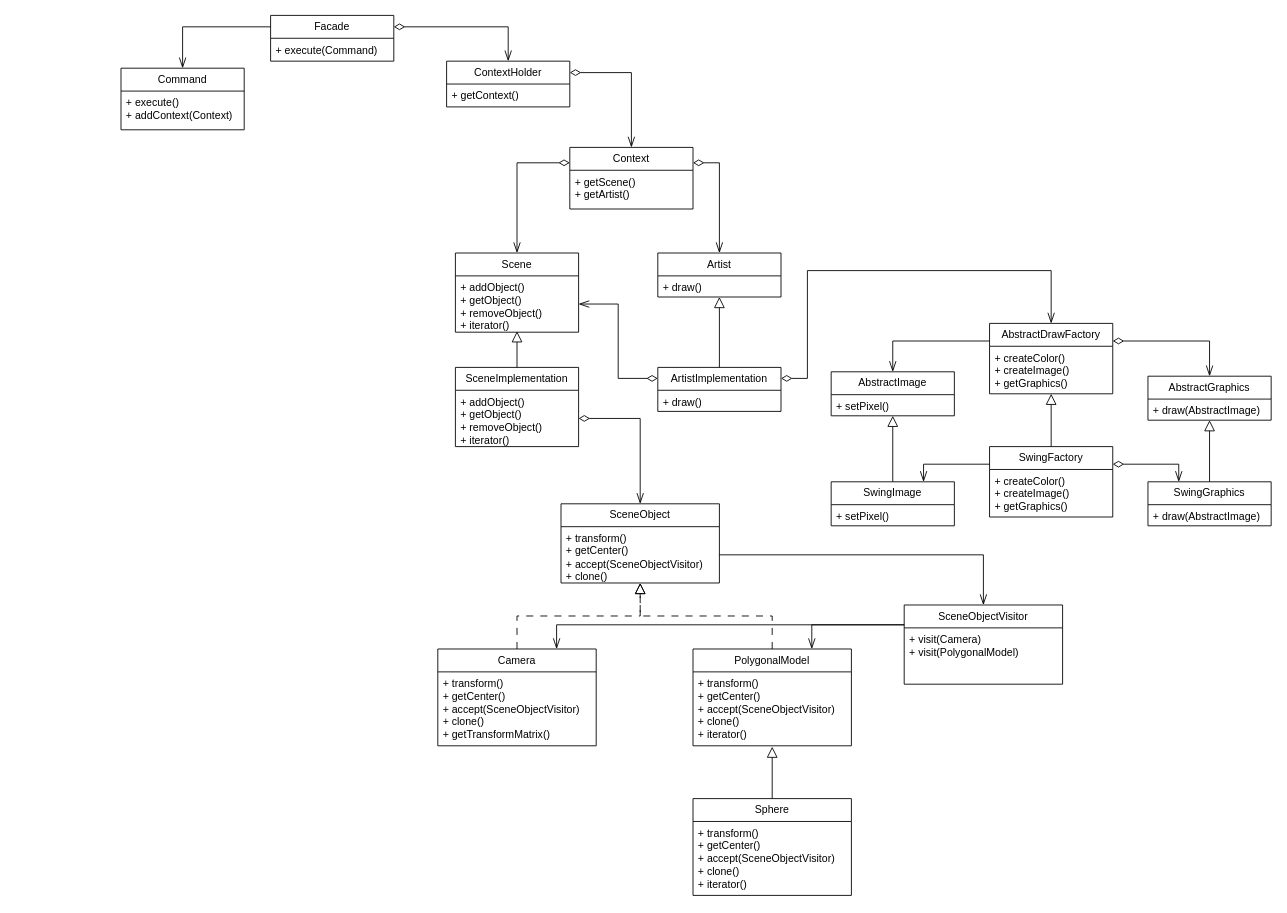
This is uml/diagram.drawio from N1ckBaran0v/cg-coursework, a draw.io file, before an edit. Source tidied: cells renumbered, new cells numbered last; positions are measured from the earlier drawing's top-left corner, leaving out a move shared by most shapes. Both pictures are drawn from the tidied source at 88%, with x=0, y=0 at pixel (121, 15).
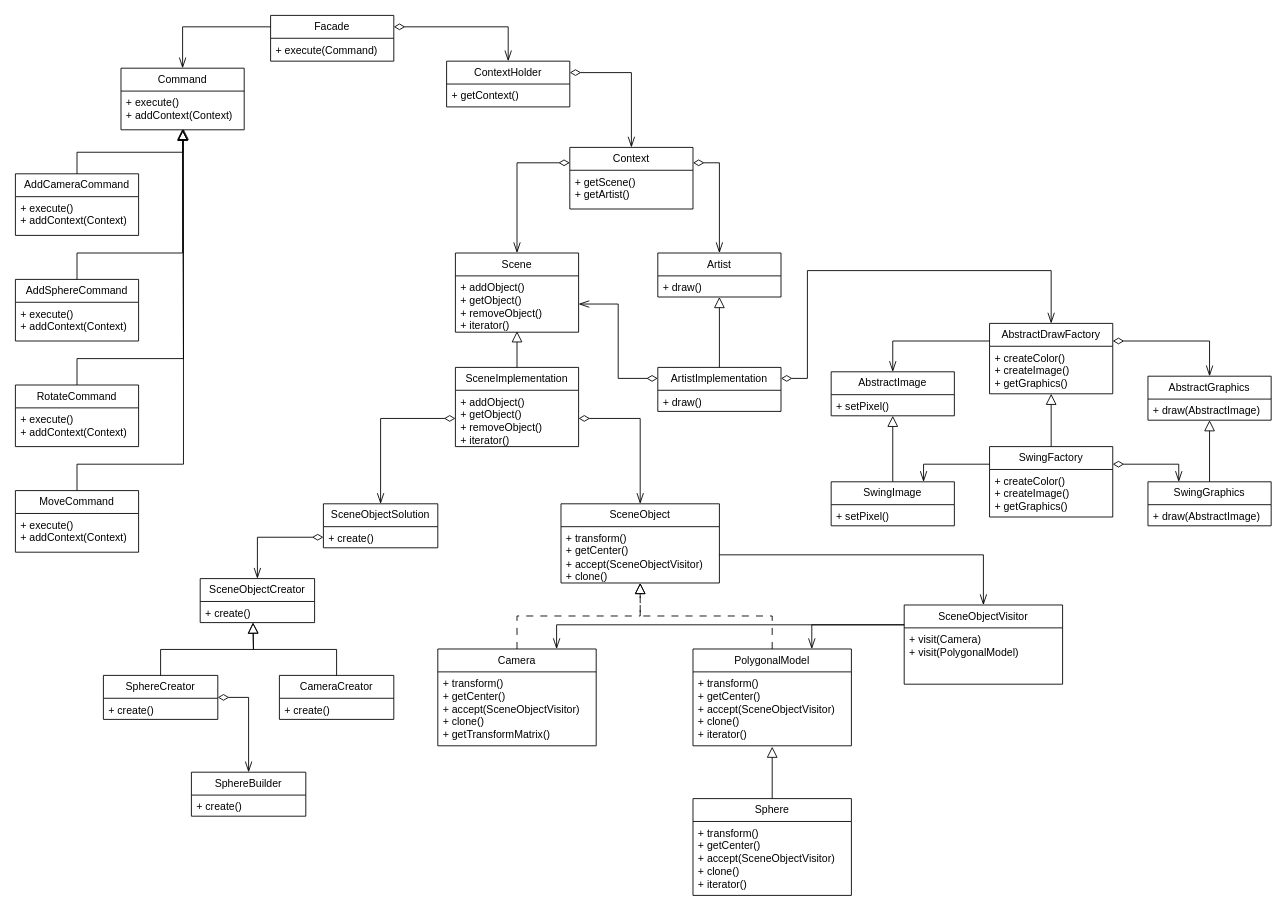
Above is the later version.

Commit message:
test program diagram finished

The change refers to these unchanged cells:
```xml
<mxCell id="7" value="+ execute()&lt;div&gt;+ addContext(Context)&lt;br&gt;&lt;div&gt;&lt;br&gt;&lt;/div&gt;&lt;/div&gt;" style="text;strokeColor=none;fillColor=none;align=left;verticalAlign=top;spacingLeft=4;spacingRight=4;overflow=hidden;points=[[0,0.5],[1,0.5]];portConstraint=eastwest;whiteSpace=wrap;html=1;" parent="6" vertex="1">
  <mxGeometry y="26" width="140" height="44" as="geometry" />
</mxCell>
<mxCell id="32" value="&lt;div&gt;&lt;div&gt;+ addObject()&lt;/div&gt;&lt;/div&gt;&lt;div&gt;+ getObject()&lt;/div&gt;&lt;div&gt;+ removeObject()&lt;/div&gt;&lt;div&gt;+ iterator()&lt;/div&gt;" style="text;strokeColor=none;fillColor=none;align=left;verticalAlign=top;spacingLeft=4;spacingRight=4;overflow=hidden;points=[[0,0.5],[1,0.5]];portConstraint=eastwest;whiteSpace=wrap;html=1;" parent="31" vertex="1">
  <mxGeometry y="26" width="140" height="64" as="geometry" />
</mxCell>
```

Diff of the diagram source:
```diff
@@
+    <mxCell id="63" value="SceneObjectSolution" style="swimlane;fontStyle=0;horizontal=1;startSize=26;fillColor=none;whiteSpace=wrap;html=1;" parent="1" vertex="1">
+      <mxGeometry x="230" y="555" width="130" height="50" as="geometry" />
+    </mxCell>
+    <mxCell id="64" value="&lt;div&gt;&lt;div&gt;+ create()&lt;/div&gt;&lt;/div&gt;" style="text;strokeColor=none;fillColor=none;align=left;verticalAlign=top;spacingLeft=4;spacingRight=4;overflow=hidden;points=[[0,0.5],[1,0.5]];portConstraint=eastwest;whiteSpace=wrap;html=1;" parent="63" vertex="1">
+      <mxGeometry y="26" width="130" height="24" as="geometry" />
+    </mxCell>
+    <mxCell id="65" style="edgeStyle=orthogonalEdgeStyle;shape=connector;rounded=0;jettySize=auto;html=1;exitX=0;exitY=0.5;exitDx=0;exitDy=0;strokeColor=default;align=center;verticalAlign=middle;fontFamily=Helvetica;fontSize=11;fontColor=default;labelBackgroundColor=default;startArrow=diamondThin;startFill=0;startSize=10;endArrow=openThin;endFill=0;endSize=10;" parent="1" edge="1" source="32" target="63">
+      <mxGeometry relative="1" as="geometry" />
+    </mxCell>
+    <mxCell id="66" value="SceneObjectCreator" style="swimlane;fontStyle=0;horizontal=1;startSize=26;fillColor=none;whiteSpace=wrap;html=1;" parent="1" vertex="1">
+      <mxGeometry x="90" y="640" width="130" height="50" as="geometry" />
+    </mxCell>
+    <mxCell id="67" value="&lt;div&gt;&lt;div&gt;+ create()&lt;/div&gt;&lt;/div&gt;" style="text;strokeColor=none;fillColor=none;align=left;verticalAlign=top;spacingLeft=4;spacingRight=4;overflow=hidden;whiteSpace=wrap;html=1;" parent="66" vertex="1">
+      <mxGeometry y="26" width="130" height="24" as="geometry" />
+    </mxCell>
+    <mxCell id="68" style="edgeStyle=orthogonalEdgeStyle;shape=connector;rounded=0;jettySize=auto;html=1;exitX=0;exitY=0.5;exitDx=0;exitDy=0;entryX=0.5;entryY=0;entryDx=0;entryDy=0;strokeColor=default;align=center;verticalAlign=middle;fontFamily=Helvetica;fontSize=11;fontColor=default;labelBackgroundColor=default;startArrow=diamondThin;startFill=0;startSize=10;endArrow=openThin;endFill=0;endSize=10;" parent="1" edge="1" source="64" target="66">
+      <mxGeometry relative="1" as="geometry" />
+    </mxCell>
+    <mxCell id="69" value="CameraCreator" style="swimlane;fontStyle=0;horizontal=1;startSize=26;fillColor=none;whiteSpace=wrap;html=1;" parent="1" vertex="1">
+      <mxGeometry x="180" y="750" width="130" height="50" as="geometry" />
+    </mxCell>
+    <mxCell id="70" value="&lt;div&gt;&lt;div&gt;+ create()&lt;/div&gt;&lt;/div&gt;" style="text;strokeColor=none;fillColor=none;align=left;verticalAlign=top;spacingLeft=4;spacingRight=4;overflow=hidden;whiteSpace=wrap;html=1;" parent="69" vertex="1">
+      <mxGeometry y="26" width="130" height="24" as="geometry" />
+    </mxCell>
+    <mxCell id="71" style="edgeStyle=orthogonalEdgeStyle;shape=connector;rounded=0;jettySize=auto;html=1;exitX=1;exitY=0.5;exitDx=0;exitDy=0;entryX=0.5;entryY=0;entryDx=0;entryDy=0;strokeColor=default;align=center;verticalAlign=middle;fontFamily=Helvetica;fontSize=11;fontColor=default;labelBackgroundColor=default;startArrow=diamondThin;startFill=0;startSize=10;endArrow=openThin;endFill=0;endSize=10;" parent="1" edge="1" source="73" target="75">
+      <mxGeometry relative="1" as="geometry" />
+    </mxCell>
+    <mxCell id="72" style="edgeStyle=orthogonalEdgeStyle;shape=connector;rounded=0;jettySize=auto;html=1;exitX=0.5;exitY=0;exitDx=0;exitDy=0;strokeColor=default;align=center;verticalAlign=middle;fontFamily=Helvetica;fontSize=11;fontColor=default;labelBackgroundColor=default;startArrow=none;startFill=0;startSize=10;endArrow=block;endFill=0;endSize=10;" parent="1" edge="1" source="73">
+      <mxGeometry relative="1" as="geometry">
+        <mxPoint x="150" y="690" as="targetPoint" />
+      </mxGeometry>
+    </mxCell>
+    <mxCell id="73" value="SphereCreator" style="swimlane;fontStyle=0;horizontal=1;startSize=26;fillColor=none;whiteSpace=wrap;html=1;" parent="1" vertex="1">
+      <mxGeometry x="-20" y="750" width="130" height="50" as="geometry" />
+    </mxCell>
+    <mxCell id="74" value="&lt;div&gt;&lt;div&gt;+ create()&lt;/div&gt;&lt;/div&gt;" style="text;strokeColor=none;fillColor=none;align=left;verticalAlign=top;spacingLeft=4;spacingRight=4;overflow=hidden;whiteSpace=wrap;html=1;" parent="73" vertex="1">
+      <mxGeometry y="26" width="130" height="24" as="geometry" />
+    </mxCell>
+    <mxCell id="75" value="SphereBuilder" style="swimlane;fontStyle=0;horizontal=1;startSize=26;fillColor=none;whiteSpace=wrap;html=1;" parent="1" vertex="1">
+      <mxGeometry x="80" y="860" width="130" height="50" as="geometry" />
+    </mxCell>
+    <mxCell id="76" value="&lt;div&gt;&lt;div&gt;+ create()&lt;/div&gt;&lt;/div&gt;" style="text;strokeColor=none;fillColor=none;align=left;verticalAlign=top;spacingLeft=4;spacingRight=4;overflow=hidden;whiteSpace=wrap;html=1;" parent="75" vertex="1">
+      <mxGeometry y="26" width="130" height="24" as="geometry" />
+    </mxCell>
+    <mxCell id="77" style="edgeStyle=orthogonalEdgeStyle;shape=connector;rounded=0;jettySize=auto;html=1;exitX=0.5;exitY=0;exitDx=0;exitDy=0;strokeColor=default;align=center;verticalAlign=middle;fontFamily=Helvetica;fontSize=11;fontColor=default;labelBackgroundColor=default;startArrow=none;startFill=0;startSize=10;endArrow=block;endFill=0;endSize=10;" parent="1" edge="1" source="69">
+      <mxGeometry relative="1" as="geometry">
+        <mxPoint x="150" y="690" as="targetPoint" />
+      </mxGeometry>
+    </mxCell>
+    <mxCell id="78" value="AddCameraCommand" style="swimlane;fontStyle=0;horizontal=1;startSize=26;fillColor=none;whiteSpace=wrap;html=1;" parent="1" vertex="1">
+      <mxGeometry x="-120" y="180" width="140" height="70" as="geometry" />
+    </mxCell>
+    <mxCell id="79" value="+ execute()&lt;div&gt;+ addContext(Context)&lt;br&gt;&lt;div&gt;&lt;br&gt;&lt;/div&gt;&lt;/div&gt;" style="text;strokeColor=none;fillColor=none;align=left;verticalAlign=top;spacingLeft=4;spacingRight=4;overflow=hidden;whiteSpace=wrap;html=1;" parent="78" vertex="1">
+      <mxGeometry y="26" width="140" height="44" as="geometry" />
+    </mxCell>
+    <mxCell id="80" style="edgeStyle=orthogonalEdgeStyle;shape=connector;rounded=0;jettySize=auto;html=1;exitX=0.5;exitY=0;exitDx=0;exitDy=0;strokeColor=default;align=center;verticalAlign=middle;fontFamily=Helvetica;fontSize=11;fontColor=default;labelBackgroundColor=default;startArrow=none;startFill=0;startSize=10;endArrow=block;endFill=0;endSize=10;" parent="1" edge="1" source="81">
+      <mxGeometry relative="1" as="geometry">
+        <mxPoint x="70" y="130" as="targetPoint" />
+        <Array as="points">
+          <mxPoint x="-50" y="390" />
+          <mxPoint x="71" y="390" />
+        </Array>
+      </mxGeometry>
+    </mxCell>
+    <mxCell id="81" value="RotateCommand" style="swimlane;fontStyle=0;horizontal=1;startSize=26;fillColor=none;whiteSpace=wrap;html=1;" parent="1" vertex="1">
+      <mxGeometry x="-120" y="420" width="140" height="70" as="geometry" />
+    </mxCell>
+    <mxCell id="82" value="+ execute()&lt;div&gt;+ addContext(Context)&lt;br&gt;&lt;div&gt;&lt;br&gt;&lt;/div&gt;&lt;/div&gt;" style="text;strokeColor=none;fillColor=none;align=left;verticalAlign=top;spacingLeft=4;spacingRight=4;overflow=hidden;whiteSpace=wrap;html=1;" parent="81" vertex="1">
+      <mxGeometry y="26" width="140" height="44" as="geometry" />
+    </mxCell>
+    <mxCell id="83" value="MoveCommand" style="swimlane;fontStyle=0;horizontal=1;startSize=26;fillColor=none;whiteSpace=wrap;html=1;" parent="1" vertex="1">
+      <mxGeometry x="-120" y="540" width="140" height="70" as="geometry" />
+    </mxCell>
+    <mxCell id="84" value="+ execute()&lt;div&gt;+ addContext(Context)&lt;br&gt;&lt;div&gt;&lt;br&gt;&lt;/div&gt;&lt;/div&gt;" style="text;strokeColor=none;fillColor=none;align=left;verticalAlign=top;spacingLeft=4;spacingRight=4;overflow=hidden;whiteSpace=wrap;html=1;" parent="83" vertex="1">
+      <mxGeometry y="26" width="140" height="44" as="geometry" />
+    </mxCell>
+    <mxCell id="85" value="AddSphereCommand" style="swimlane;fontStyle=0;horizontal=1;startSize=26;fillColor=none;whiteSpace=wrap;html=1;" parent="1" vertex="1">
+      <mxGeometry x="-120" y="300" width="140" height="70" as="geometry" />
+    </mxCell>
+    <mxCell id="86" value="+ execute()&lt;div&gt;+ addContext(Context)&lt;br&gt;&lt;div&gt;&lt;br&gt;&lt;/div&gt;&lt;/div&gt;" style="text;strokeColor=none;fillColor=none;align=left;verticalAlign=top;spacingLeft=4;spacingRight=4;overflow=hidden;whiteSpace=wrap;html=1;" parent="85" vertex="1">
+      <mxGeometry y="26" width="140" height="44" as="geometry" />
+    </mxCell>
+    <mxCell id="87" style="edgeStyle=orthogonalEdgeStyle;shape=connector;rounded=0;jettySize=auto;html=1;exitX=0.5;exitY=0;exitDx=0;exitDy=0;strokeColor=default;align=center;verticalAlign=middle;fontFamily=Helvetica;fontSize=11;fontColor=default;labelBackgroundColor=default;startArrow=none;startFill=0;startSize=10;endArrow=block;endFill=0;endSize=10;" parent="1" edge="1" source="78">
+      <mxGeometry relative="1" as="geometry">
+        <mxPoint x="70" y="130" as="targetPoint" />
+      </mxGeometry>
+    </mxCell>
+    <mxCell id="88" style="edgeStyle=orthogonalEdgeStyle;shape=connector;rounded=0;jettySize=auto;html=1;exitX=0.5;exitY=0;exitDx=0;exitDy=0;entryX=0.5;entryY=0.977;entryDx=0;entryDy=0;entryPerimeter=0;strokeColor=default;align=center;verticalAlign=middle;fontFamily=Helvetica;fontSize=11;fontColor=default;labelBackgroundColor=default;startArrow=none;startFill=0;startSize=10;endArrow=block;endFill=0;endSize=10;" parent="1" edge="1" source="85" target="7">
+      <mxGeometry relative="1" as="geometry">
+        <Array as="points">
+          <mxPoint x="-50" y="270" />
+          <mxPoint x="70" y="270" />
+        </Array>
+      </mxGeometry>
+    </mxCell>
+    <mxCell id="89" style="edgeStyle=orthogonalEdgeStyle;shape=connector;rounded=0;jettySize=auto;html=1;exitX=0.5;exitY=0;exitDx=0;exitDy=0;entryX=0.507;entryY=0.977;entryDx=0;entryDy=0;entryPerimeter=0;strokeColor=default;align=center;verticalAlign=middle;fontFamily=Helvetica;fontSize=11;fontColor=default;labelBackgroundColor=default;startArrow=none;startFill=0;startSize=10;endArrow=block;endFill=0;endSize=10;" parent="1" edge="1" source="83" target="7">
+      <mxGeometry relative="1" as="geometry">
+        <Array as="points">
+          <mxPoint x="-50" y="510" />
+          <mxPoint x="71" y="510" />
+        </Array>
+      </mxGeometry>
+    </mxCell>
```
